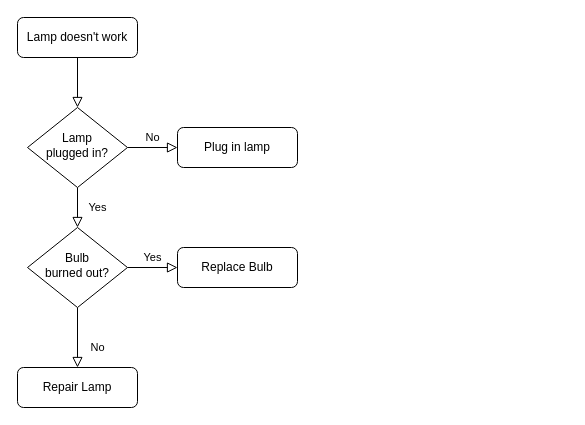
This is images/未命名绘图.drawio from qt181227/Data-Science-Notes, a draw.io file, before an edit. Source tidied: cells renumbered, new cells numbered last; positions are measured from the earlier drawing's top-left corner, leaving out a move shared by most shapes. Both pictures are drawn from the tidied source at 100%, with x=0, y=0 at pixel (17, 17).
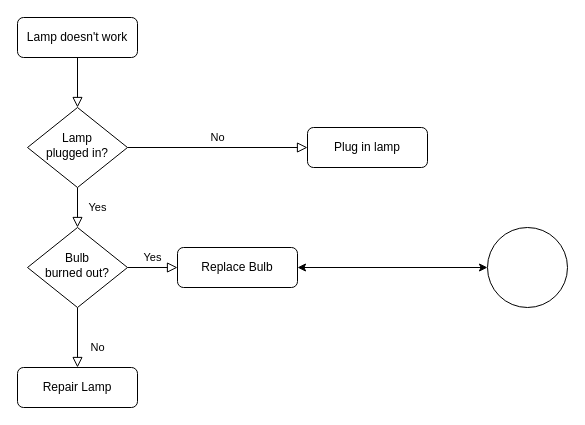
Above is the later version.

Commit message:
Update 未命名绘图.drawio

Diff of the diagram source:
```diff
@@
 <mxGraphModel>
   <root>
     <mxCell id="0" />
     <mxCell id="1" parent="0" />
     <mxCell id="2" style="rounded=0;html=1;jettySize=auto;fontSize=11;endArrow=block;endFill=0;endSize=8;strokeWidth=1;shadow=0;labelBackgroundColor=none;edgeStyle=orthogonalEdgeStyle;" parent="1" edge="1" source="3" target="6">
       <mxGeometry relative="1" as="geometry" />
     </mxCell>
     <mxCell id="3" value="Lamp doesn't work" style="rounded=1;whiteSpace=wrap;html=1;fontSize=12;glass=0;strokeWidth=1;shadow=0;" parent="1" vertex="1">
       <mxGeometry width="120" height="40" as="geometry" />
     </mxCell>
     <mxCell id="4" value="Yes" style="rounded=0;html=1;jettySize=auto;fontSize=11;endArrow=block;endFill=0;endSize=8;strokeWidth=1;shadow=0;labelBackgroundColor=none;edgeStyle=orthogonalEdgeStyle;" parent="1" edge="1" source="6" target="10">
       <mxGeometry y="20" relative="1" as="geometry" />
     </mxCell>
     <mxCell id="5" value="No" style="edgeStyle=orthogonalEdgeStyle;rounded=0;html=1;jettySize=auto;fontSize=11;endArrow=block;endFill=0;endSize=8;strokeWidth=1;shadow=0;labelBackgroundColor=none;" parent="1" edge="1" source="6" target="7">
       <mxGeometry y="10" relative="1" as="geometry" />
     </mxCell>
     <mxCell id="6" value="Lamp&lt;br&gt;plugged in?" style="rhombus;whiteSpace=wrap;html=1;shadow=0;fontFamily=Helvetica;fontSize=12;align=center;strokeWidth=1;spacing=6;spacingTop=-4;" parent="1" vertex="1">
       <mxGeometry x="10" y="90" width="100" height="80" as="geometry" />
     </mxCell>
     <mxCell id="7" value="Plug in lamp" style="rounded=1;whiteSpace=wrap;html=1;fontSize=12;glass=0;strokeWidth=1;shadow=0;" parent="1" vertex="1">
-      <mxGeometry x="160" y="110" width="120" height="40" as="geometry" />
+      <mxGeometry x="290" y="110" width="120" height="40" as="geometry" />
     </mxCell>
     <mxCell id="8" value="No" style="rounded=0;html=1;jettySize=auto;fontSize=11;endArrow=block;endFill=0;endSize=8;strokeWidth=1;shadow=0;labelBackgroundColor=none;edgeStyle=orthogonalEdgeStyle;" parent="1" edge="1" source="10" target="11">
       <mxGeometry x="0.33" y="20" relative="1" as="geometry" />
     </mxCell>
     <mxCell id="9" value="Yes" style="edgeStyle=orthogonalEdgeStyle;rounded=0;html=1;jettySize=auto;fontSize=11;endArrow=block;endFill=0;endSize=8;strokeWidth=1;shadow=0;labelBackgroundColor=none;" parent="1" edge="1" source="10" target="12">
       <mxGeometry y="10" relative="1" as="geometry" />
     </mxCell>
     <mxCell id="10" value="Bulb&lt;br&gt;burned out?" style="rhombus;whiteSpace=wrap;html=1;shadow=0;fontFamily=Helvetica;fontSize=12;align=center;strokeWidth=1;spacing=6;spacingTop=-4;" parent="1" vertex="1">
       <mxGeometry x="10" y="210" width="100" height="80" as="geometry" />
     </mxCell>
     <mxCell id="11" value="Repair Lamp" style="rounded=1;whiteSpace=wrap;html=1;fontSize=12;glass=0;strokeWidth=1;shadow=0;" parent="1" vertex="1">
       <mxGeometry y="350" width="120" height="40" as="geometry" />
     </mxCell>
     <mxCell id="12" value="Replace Bulb" style="rounded=1;whiteSpace=wrap;html=1;fontSize=12;glass=0;strokeWidth=1;shadow=0;" parent="1" vertex="1">
       <mxGeometry x="160" y="230" width="120" height="40" as="geometry" />
     </mxCell>
+    <mxCell id="13" style="ellipse;whiteSpace=wrap;html=1;" parent="1" vertex="1">
+      <mxGeometry x="470" y="210" width="80" height="80" as="geometry" />
+    </mxCell>
+    <mxCell id="14" style="endArrow=classic;startArrow=classic;html=1;entryX=0;entryY=0.5;entryDx=0;entryDy=0;exitX=1;exitY=0.5;exitDx=0;exitDy=0;" parent="1" edge="1" source="12" target="13">
+      <mxGeometry relative="1" as="geometry" />
+    </mxCell>
   </root>
 </mxGraphModel>
```
